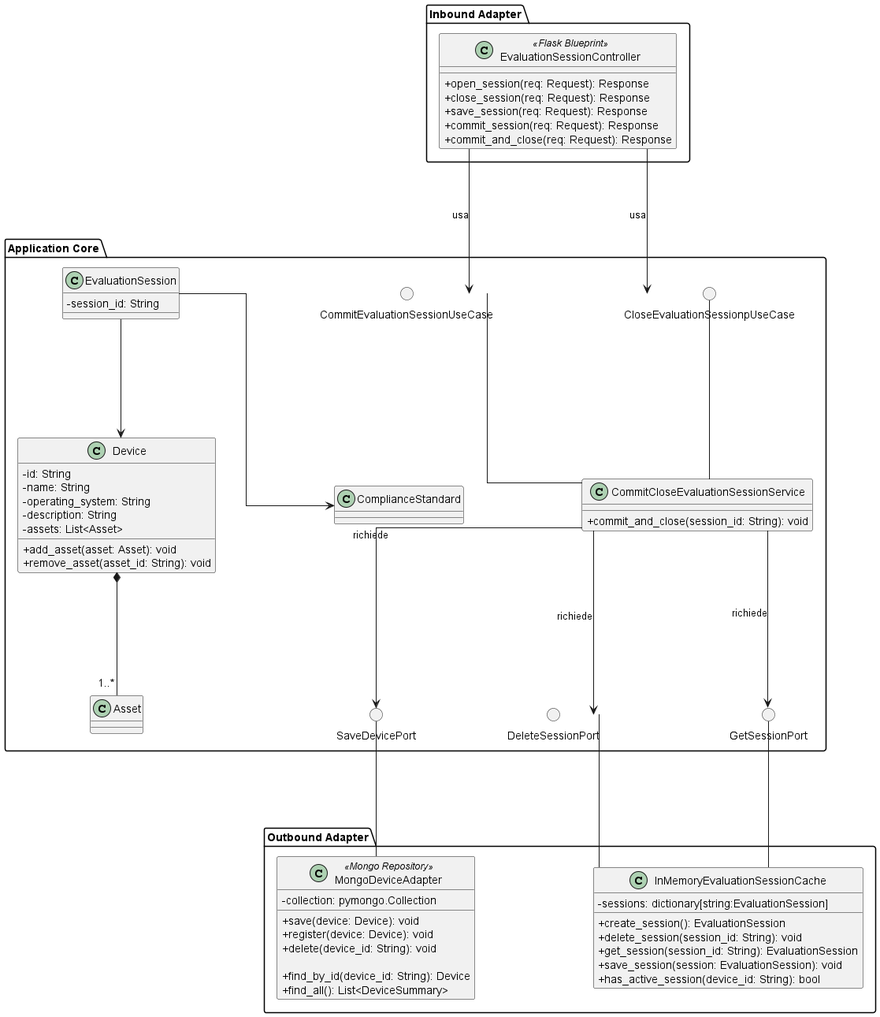
This is src/PB/DocumentazioneEsterna/Specifica_Tecnica/content/uml/png/Session/CommitCloseEvaluationSession.png from GroupRubberDuck/Documentazione, a PlantUML export, as it was before one commit. Source of this version:
```plantuml
@startuml CommitCloseEvaluationSession

skinparam nodesep 150
skinparam ranksep 150
skinparam classAttributeIconSize 0

package "Inbound Adapter" {
    !include InboundAdapters/EvaluationSessionController.puml
}

package "Application Core" {

    () "CommitEvaluationSessionUseCase"
    () "CloseEvaluationSessionpUseCase"

    !include ApplicationServices/CommitCloseEvaluationSessionService.puml

    !include Domain/EvaluationSession.puml
    !include Domain/Device.puml

    () "GetSessionPort"
    () "SaveDevicePort"
    () "DeleteSessionPort"

    CommitCloseEvaluationSessionService -up- CommitEvaluationSessionUseCase
    CommitCloseEvaluationSessionService -up- CloseEvaluationSessionpUseCase

    CommitCloseEvaluationSessionService --> GetSessionPort : richiede
    CommitCloseEvaluationSessionService --> SaveDevicePort : richiede
    CommitCloseEvaluationSessionService --> DeleteSessionPort: richiede
}

package "Outbound Adapter" {
    !include OutboundAdapters/MongoDeviceAdapter.puml
    !include OutboundAdapters/InMemoryEvaluationSessionCache.puml
}

EvaluationSessionController --> CommitEvaluationSessionUseCase : usa
EvaluationSessionController --> CloseEvaluationSessionpUseCase : usa
MongoDeviceAdapter - SaveDevicePort
InMemoryEvaluationSessionCache -up- GetSessionPort
InMemoryEvaluationSessionCache -up- DeleteSessionPort

@enduml
```
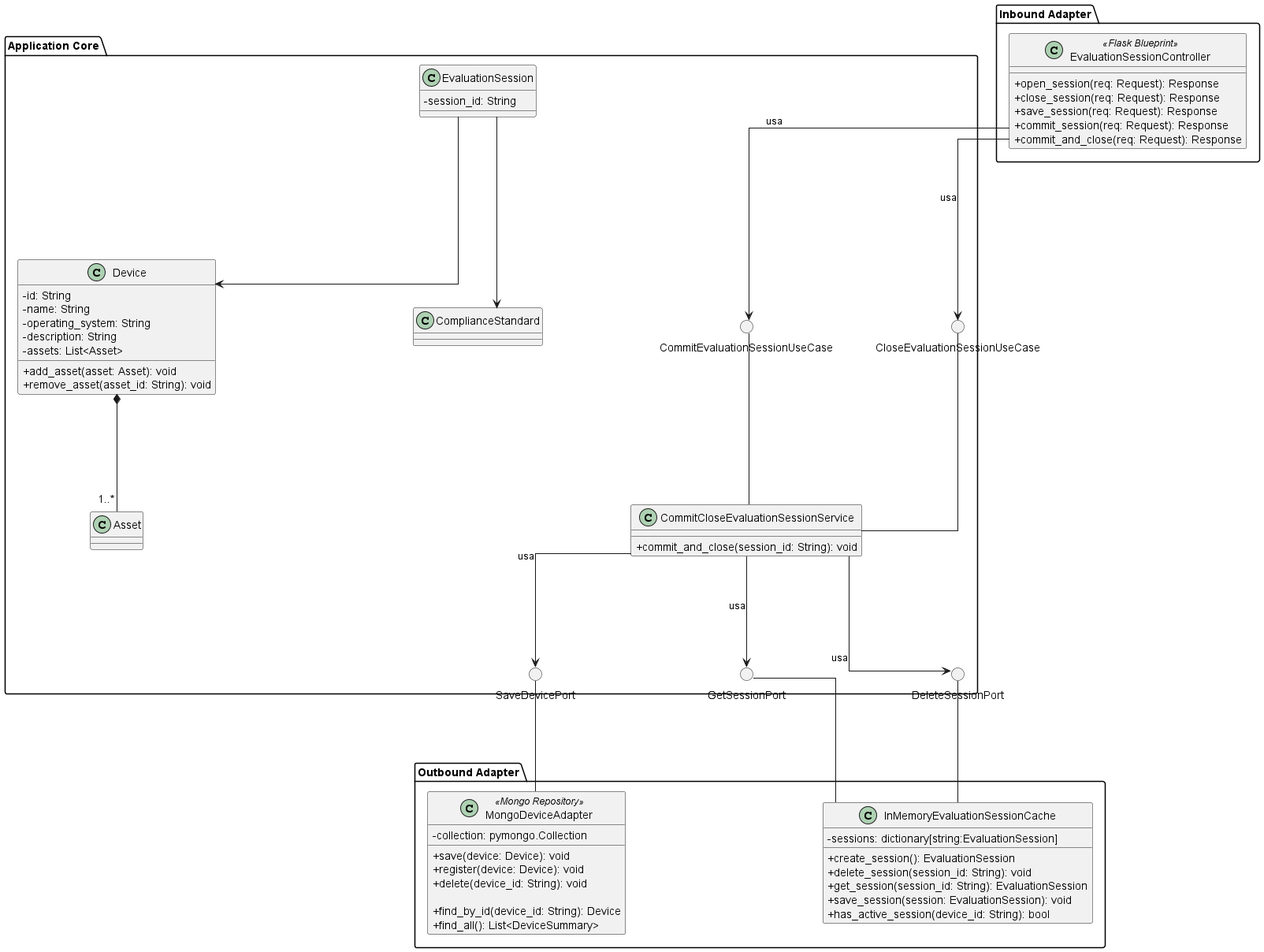
After the commit.

What changed in the source:
```diff
@@ -1,7 +1,7 @@
 @startuml CommitCloseEvaluationSession
-
-skinparam nodesep 150
-skinparam ranksep 150
+skinparam linetype ortho
+skinparam nodesep 250
+skinparam ranksep 140
 skinparam classAttributeIconSize 0
 
 package "Inbound Adapter" {
@@ -11,34 +11,45 @@
 package "Application Core" {
 
     () "CommitEvaluationSessionUseCase"
-    () "CloseEvaluationSessionpUseCase"
+    () "CloseEvaluationSessionUseCase"
 
     !include ApplicationServices/CommitCloseEvaluationSessionService.puml
 
     !include Domain/EvaluationSession.puml
     !include Domain/Device.puml
 
+    () "SaveDevicePort"
     () "GetSessionPort"
-    () "SaveDevicePort"
     () "DeleteSessionPort"
 
-    CommitCloseEvaluationSessionService -up- CommitEvaluationSessionUseCase
-    CommitCloseEvaluationSessionService -up- CloseEvaluationSessionpUseCase
+    CommitEvaluationSessionUseCase -[hidden]right---------------- CloseEvaluationSessionUseCase
 
-    CommitCloseEvaluationSessionService --> GetSessionPort : richiede
-    CommitCloseEvaluationSessionService --> SaveDevicePort : richiede
-    CommitCloseEvaluationSessionService --> DeleteSessionPort: richiede
+    SaveDevicePort -[hidden]right------------ GetSessionPort
+    GetSessionPort -[hidden]right------------ DeleteSessionPort
+
+    EvaluationSession -[hidden]right- CommitEvaluationSessionUseCase
+    Device -[hidden]right- CommitEvaluationSessionUseCase
+
+    CommitEvaluationSessionUseCase -down- CommitCloseEvaluationSessionService
+    CloseEvaluationSessionUseCase -down- CommitCloseEvaluationSessionService
+
+    CommitCloseEvaluationSessionService -down-> SaveDevicePort :  usa
+    CommitCloseEvaluationSessionService -down-> GetSessionPort :  usa
+    CommitCloseEvaluationSessionService -down-> DeleteSessionPort:  usa
 }
 
 package "Outbound Adapter" {
     !include OutboundAdapters/MongoDeviceAdapter.puml
     !include OutboundAdapters/InMemoryEvaluationSessionCache.puml
+
+    MongoDeviceAdapter -[hidden]right------------ InMemoryEvaluationSessionCache
 }
 
-EvaluationSessionController --> CommitEvaluationSessionUseCase : usa
-EvaluationSessionController --> CloseEvaluationSessionpUseCase : usa
-MongoDeviceAdapter - SaveDevicePort
-InMemoryEvaluationSessionCache -up- GetSessionPort
-InMemoryEvaluationSessionCache -up- DeleteSessionPort
+EvaluationSessionController -down-> CommitEvaluationSessionUseCase : usa
+EvaluationSessionController -down-> CloseEvaluationSessionUseCase : usa
+
+SaveDevicePort -down- MongoDeviceAdapter
+GetSessionPort -down- InMemoryEvaluationSessionCache
+DeleteSessionPort -down- InMemoryEvaluationSessionCache
 
 @enduml
```
